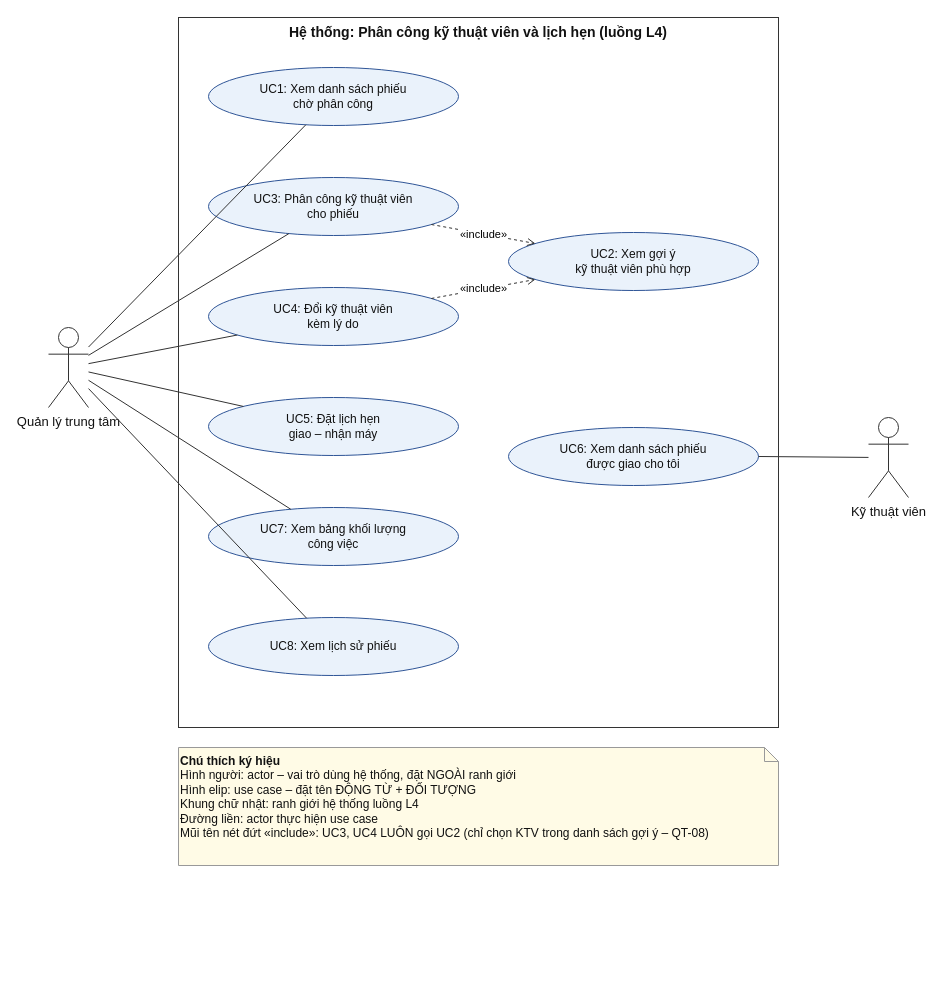
The draw.io diagram docs/usecase.drawio in Thaiduc2374802010117/smartcrm-2374802010117-technician-assignment, before the edit. Source tidied: cells renumbered, new cells numbered last; positions are measured from the earlier drawing's top-left corner, leaving out a move shared by most shapes. Both pictures are drawn from the tidied source at 100%, with x=0, y=0 at pixel (48, 17).
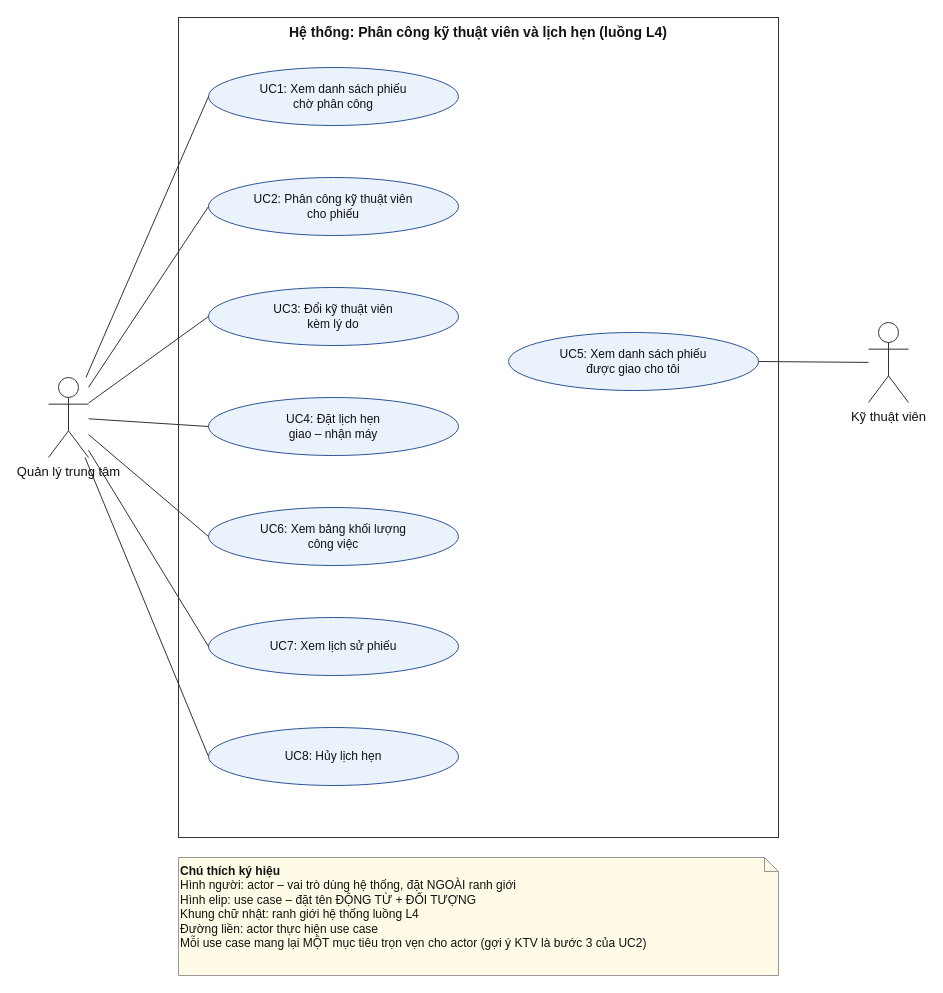
The same diagram, later.

Commit message (it also covers changes not shown here):
docs: add cancel appointment use case, keep 8 strong use cases

The change refers to these unchanged cells:
```xml
<mxCell id="5" value="UC1: Xem danh sách phiếu&lt;br&gt;chờ phân công" style="ellipse;whiteSpace=wrap;html=1;fillColor=#EAF2FB;strokeColor=#2F5597;fontSize=12;fontColor=#111111;align=center;verticalAlign=middle;" parent="1" vertex="1">
  <mxGeometry x="160" y="50" width="250" height="58" as="geometry" />
</mxCell>
```

The edit, as a diff of the source:
```diff
@@
     <mxCell id="2" value="Hệ thống: Phân công kỹ thuật viên và lịch hẹn (luồng L4)" style="rounded=0;whiteSpace=wrap;html=1;verticalAlign=top;fillColor=#FFFFFF;strokeColor=#333333;fontSize=14;fontColor=#111111;align=center;fontStyle=1;" parent="1" vertex="1">
-      <mxGeometry x="130" width="600" height="710" as="geometry" />
+      <mxGeometry x="130" width="600" height="820" as="geometry" />
     </mxCell>
     <mxCell id="3" value="Quản lý trung tâm" style="shape=umlActor;verticalLabelPosition=bottom;verticalAlign=top;html=1;outlineConnect=0;fillColor=#FFFFFF;strokeColor=#333333;fontSize=13;fontColor=#111111;" parent="1" vertex="1">
-      <mxGeometry y="310" width="40" height="80" as="geometry" />
+      <mxGeometry y="360" width="40" height="80" as="geometry" />
     </mxCell>
     <mxCell id="4" value="Kỹ thuật viên" style="shape=umlActor;verticalLabelPosition=bottom;verticalAlign=top;html=1;outlineConnect=0;fillColor=#FFFFFF;strokeColor=#333333;fontSize=13;fontColor=#111111;" parent="1" vertex="1">
-      <mxGeometry x="820" y="400" width="40" height="80" as="geometry" />
+      <mxGeometry x="820" y="305" width="40" height="80" as="geometry" />
     </mxCell>
@@
-    <mxCell id="6" value="UC3: Phân công kỹ thuật viên&lt;br&gt;cho phiếu" style="ellipse;whiteSpace=wrap;html=1;fillColor=#EAF2FB;strokeColor=#2F5597;fontSize=12;fontColor=#111111;align=center;verticalAlign=middle;" parent="1" vertex="1">
+    <mxCell id="6" value="UC2: Phân công kỹ thuật viên&lt;br&gt;cho phiếu" style="ellipse;whiteSpace=wrap;html=1;fillColor=#EAF2FB;strokeColor=#2F5597;fontSize=12;fontColor=#111111;align=center;verticalAlign=middle;" parent="1" vertex="1">
       <mxGeometry x="160" y="160" width="250" height="58" as="geometry" />
     </mxCell>
-    <mxCell id="7" value="UC4: Đổi kỹ thuật viên&lt;br&gt;kèm lý do" style="ellipse;whiteSpace=wrap;html=1;fillColor=#EAF2FB;strokeColor=#2F5597;fontSize=12;fontColor=#111111;align=center;verticalAlign=middle;" parent="1" vertex="1">
+    <mxCell id="7" value="UC3: Đổi kỹ thuật viên&lt;br&gt;kèm lý do" style="ellipse;whiteSpace=wrap;html=1;fillColor=#EAF2FB;strokeColor=#2F5597;fontSize=12;fontColor=#111111;align=center;verticalAlign=middle;" parent="1" vertex="1">
       <mxGeometry x="160" y="270" width="250" height="58" as="geometry" />
     </mxCell>
-    <mxCell id="8" value="UC5: Đặt lịch hẹn&lt;br&gt;giao – nhận máy" style="ellipse;whiteSpace=wrap;html=1;fillColor=#EAF2FB;strokeColor=#2F5597;fontSize=12;fontColor=#111111;align=center;verticalAlign=middle;" parent="1" vertex="1">
+    <mxCell id="8" value="UC4: Đặt lịch hẹn&lt;br&gt;giao – nhận máy" style="ellipse;whiteSpace=wrap;html=1;fillColor=#EAF2FB;strokeColor=#2F5597;fontSize=12;fontColor=#111111;align=center;verticalAlign=middle;" parent="1" vertex="1">
       <mxGeometry x="160" y="380" width="250" height="58" as="geometry" />
     </mxCell>
-    <mxCell id="9" value="UC7: Xem bảng khối lượng&lt;br&gt;công việc" style="ellipse;whiteSpace=wrap;html=1;fillColor=#EAF2FB;strokeColor=#2F5597;fontSize=12;fontColor=#111111;align=center;verticalAlign=middle;" parent="1" vertex="1">
+    <mxCell id="9" value="UC6: Xem bảng khối lượng&lt;br&gt;công việc" style="ellipse;whiteSpace=wrap;html=1;fillColor=#EAF2FB;strokeColor=#2F5597;fontSize=12;fontColor=#111111;align=center;verticalAlign=middle;" parent="1" vertex="1">
       <mxGeometry x="160" y="490" width="250" height="58" as="geometry" />
     </mxCell>
-    <mxCell id="10" value="UC2: Xem gợi ý&lt;br&gt;kỹ thuật viên phù hợp" style="ellipse;whiteSpace=wrap;html=1;fillColor=#EAF2FB;strokeColor=#2F5597;fontSize=12;fontColor=#111111;align=center;verticalAlign=middle;" parent="1" vertex="1">
-      <mxGeometry x="460" y="215" width="250" height="58" as="geometry" />
-    </mxCell>
-    <mxCell id="11" value="UC6: Xem danh sách phiếu&lt;br&gt;được giao cho tôi" style="ellipse;whiteSpace=wrap;html=1;fillColor=#EAF2FB;strokeColor=#2F5597;fontSize=12;fontColor=#111111;align=center;verticalAlign=middle;" parent="1" vertex="1">
-      <mxGeometry x="460" y="410" width="250" height="58" as="geometry" />
+    <mxCell id="11" value="UC5: Xem danh sách phiếu&lt;br&gt;được giao cho tôi" style="ellipse;whiteSpace=wrap;html=1;fillColor=#EAF2FB;strokeColor=#2F5597;fontSize=12;fontColor=#111111;align=center;verticalAlign=middle;" parent="1" vertex="1">
+      <mxGeometry x="460" y="315" width="250" height="58" as="geometry" />
     </mxCell>
-    <mxCell id="12" value="UC8: Xem lịch sử phiếu" style="ellipse;whiteSpace=wrap;html=1;fillColor=#EAF2FB;strokeColor=#2F5597;fontSize=12;fontColor=#111111;align=center;verticalAlign=middle;" parent="1" vertex="1">
+    <mxCell id="12" value="UC7: Xem lịch sử phiếu" style="ellipse;whiteSpace=wrap;html=1;fillColor=#EAF2FB;strokeColor=#2F5597;fontSize=12;fontColor=#111111;align=center;verticalAlign=middle;" parent="1" vertex="1">
       <mxGeometry x="160" y="600" width="250" height="58" as="geometry" />
     </mxCell>
+    <mxCell id="23" value="UC8: Hủy lịch hẹn" style="ellipse;whiteSpace=wrap;html=1;fillColor=#EAF2FB;strokeColor=#2F5597;fontSize=12;fontColor=#111111;align=center;verticalAlign=middle;" parent="1" vertex="1">
+      <mxGeometry x="160" y="710" width="250" height="58" as="geometry" />
+    </mxCell>
-    <mxCell id="13" value="&lt;b&gt;Chú thích ký hiệu&lt;/b&gt;&lt;br&gt;Hình người: actor – vai trò dùng hệ thống, đặt NGOÀI ranh giới&lt;br&gt;Hình elip: use case – đặt tên ĐỘNG TỪ + ĐỐI TƯỢNG&lt;br&gt;Khung chữ nhật: ranh giới hệ thống luồng L4&lt;br&gt;Đường liền: actor thực hiện use case&lt;br&gt;Mũi tên nét đứt «include»: UC3, UC4 LUÔN gọi UC2 (chỉ chọn KTV trong danh sách gợi ý – QT-08)" style="shape=note;size=14;whiteSpace=wrap;html=1;fillColor=#FFFBE6;strokeColor=#999999;fontSize=12;fontColor=#111111;align=left;verticalAlign=top;" parent="1" vertex="1">
-      <mxGeometry x="130" y="730" width="600" height="118" as="geometry" />
+    <mxCell id="13" value="&lt;b&gt;Chú thích ký hiệu&lt;/b&gt;&lt;br&gt;Hình người: actor – vai trò dùng hệ thống, đặt NGOÀI ranh giới&lt;br&gt;Hình elip: use case – đặt tên ĐỘNG TỪ + ĐỐI TƯỢNG&lt;br&gt;Khung chữ nhật: ranh giới hệ thống luồng L4&lt;br&gt;Đường liền: actor thực hiện use case&lt;br&gt;Mỗi use case mang lại MỘT mục tiêu trọn vẹn cho actor (gợi ý KTV là bước 3 của UC2)" style="shape=note;size=14;whiteSpace=wrap;html=1;fillColor=#FFFBE6;strokeColor=#999999;fontSize=12;fontColor=#111111;align=left;verticalAlign=top;" parent="1" vertex="1">
+      <mxGeometry x="130" y="840" width="600" height="118" as="geometry" />
     </mxCell>
-    <mxCell id="14" style="endArrow=none;html=1;strokeColor=#333333;fontSize=11;rounded=0;" parent="1" edge="1" source="3" target="5">
+    <mxCell id="14" style="endArrow=none;html=1;strokeColor=#333333;fontSize=11;rounded=0;entryX=0;entryY=0.5;entryDx=0;entryDy=0;" parent="1" edge="1" source="3" target="5">
       <mxGeometry relative="1" as="geometry" />
     </mxCell>
-    <mxCell id="15" style="endArrow=none;html=1;strokeColor=#333333;fontSize=11;rounded=0;" parent="1" edge="1" source="3" target="6">
+    <mxCell id="15" style="endArrow=none;html=1;strokeColor=#333333;fontSize=11;rounded=0;entryX=0;entryY=0.5;entryDx=0;entryDy=0;" parent="1" edge="1" source="3" target="6">
       <mxGeometry relative="1" as="geometry" />
     </mxCell>
-    <mxCell id="16" style="endArrow=none;html=1;strokeColor=#333333;fontSize=11;rounded=0;" parent="1" edge="1" source="3" target="7">
+    <mxCell id="16" style="endArrow=none;html=1;strokeColor=#333333;fontSize=11;rounded=0;entryX=0;entryY=0.5;entryDx=0;entryDy=0;" parent="1" edge="1" source="3" target="7">
       <mxGeometry relative="1" as="geometry" />
     </mxCell>
-    <mxCell id="17" style="endArrow=none;html=1;strokeColor=#333333;fontSize=11;rounded=0;" parent="1" edge="1" source="3" target="8">
+    <mxCell id="17" style="endArrow=none;html=1;strokeColor=#333333;fontSize=11;rounded=0;entryX=0;entryY=0.5;entryDx=0;entryDy=0;" parent="1" edge="1" source="3" target="8">
       <mxGeometry relative="1" as="geometry" />
     </mxCell>
-    <mxCell id="18" style="endArrow=none;html=1;strokeColor=#333333;fontSize=11;rounded=0;" parent="1" edge="1" source="3" target="9">
+    <mxCell id="18" style="endArrow=none;html=1;strokeColor=#333333;fontSize=11;rounded=0;entryX=0;entryY=0.5;entryDx=0;entryDy=0;" parent="1" edge="1" source="3" target="9">
       <mxGeometry relative="1" as="geometry" />
     </mxCell>
-    <mxCell id="19" style="endArrow=none;html=1;strokeColor=#333333;fontSize=11;rounded=0;" parent="1" edge="1" source="3" target="12">
+    <mxCell id="19" style="endArrow=none;html=1;strokeColor=#333333;fontSize=11;rounded=0;entryX=0;entryY=0.5;entryDx=0;entryDy=0;" parent="1" edge="1" source="3" target="12">
       <mxGeometry relative="1" as="geometry" />
     </mxCell>
-    <mxCell id="20" style="endArrow=none;html=1;strokeColor=#333333;fontSize=11;rounded=0;" parent="1" edge="1" source="11" target="4">
+    <mxCell id="20" style="endArrow=none;html=1;strokeColor=#333333;fontSize=11;rounded=0;entryX=0;entryY=0.5;entryDx=0;entryDy=0;" parent="1" edge="1" source="3" target="23">
       <mxGeometry relative="1" as="geometry" />
     </mxCell>
-    <mxCell id="21" value="«include»" style="endArrow=open;html=1;strokeColor=#333333;fontSize=11;rounded=0;dashed=1;" parent="1" edge="1" source="6" target="10">
+    <mxCell id="21" style="endArrow=none;html=1;strokeColor=#333333;fontSize=11;rounded=0;" parent="1" edge="1" source="11" target="4">
       <mxGeometry relative="1" as="geometry" />
     </mxCell>
-    <mxCell id="22" value="«include»" style="endArrow=open;html=1;strokeColor=#333333;fontSize=11;rounded=0;dashed=1;" parent="1" edge="1" source="7" target="10">
-      <mxGeometry relative="1" as="geometry" />
-    </mxCell>
```
